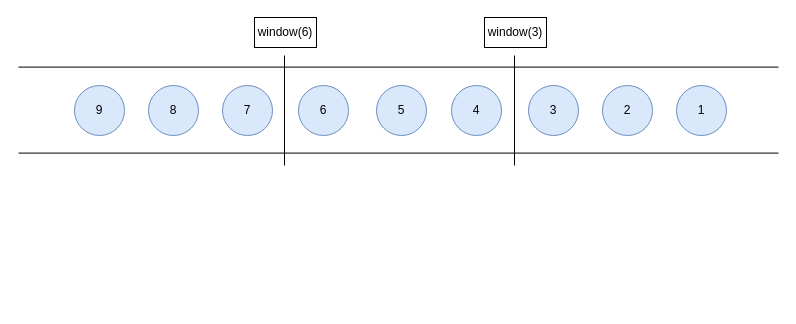
This is 未命名绘图.drawio from ddxygq/Image, a draw.io file, before an edit. Source tidied: cells renumbered, new cells numbered last; positions are measured from the earlier drawing's top-left corner, leaving out a move shared by most shapes. Both pictures are drawn from the tidied source at 100%, with x=0, y=0 at pixel (18, 17).
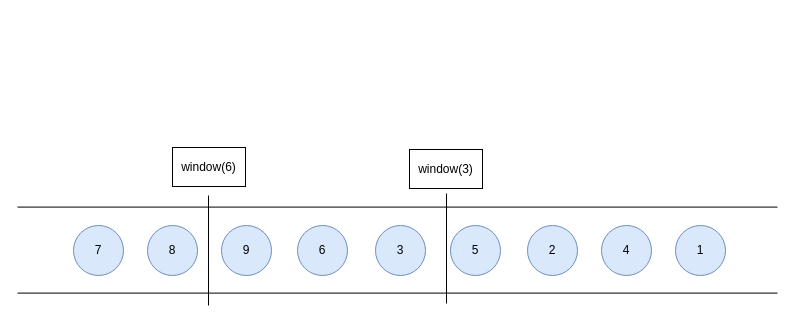
The same page after the edit.

Diff of the diagram source:
```diff
@@
 <mxGraphModel>
   <root>
     <mxCell id="0" />
     <mxCell id="1" parent="0" />
-    <mxCell id="2" style="shape=link;html=1;width=86;" parent="1" edge="1">
-      <mxGeometry relative="1" as="geometry">
-        <mxPoint y="92.6" as="sourcePoint" />
-        <mxPoint x="760" y="92.6" as="targetPoint" />
-      </mxGeometry>
-    </mxCell>
+    <mxCell id="12" style="endArrow=none;html=1;" parent="1" edge="1">
+      <mxGeometry relative="1" as="geometry">
+        <mxPoint x="190" y="288" as="sourcePoint" />
+        <mxPoint x="190" y="178" as="targetPoint" />
+      </mxGeometry>
+    </mxCell>
+    <mxCell id="16" style="shape=link;html=1;width=86;" parent="1" edge="1">
+      <mxGeometry relative="1" as="geometry">
+        <mxPoint x="-1" y="232.6" as="sourcePoint" />
+        <mxPoint x="759" y="232.6" as="targetPoint" />
+      </mxGeometry>
+    </mxCell>
+    <mxCell id="5" value="7" style="ellipse;whiteSpace=wrap;html=1;fillColor=#dae8fc;strokeColor=#6c8ebf;" parent="1" vertex="1">
+      <mxGeometry x="55" y="208" width="50" height="50" as="geometry" />
+    </mxCell>
+    <mxCell id="4" value="8" style="ellipse;whiteSpace=wrap;html=1;fillColor=#dae8fc;strokeColor=#6c8ebf;" parent="1" vertex="1">
+      <mxGeometry x="129" y="208" width="50" height="50" as="geometry" />
+    </mxCell>
     <mxCell id="3" value="9" style="ellipse;whiteSpace=wrap;html=1;fillColor=#dae8fc;strokeColor=#6c8ebf;" parent="1" vertex="1">
-      <mxGeometry x="56" y="68" width="50" height="50" as="geometry" />
+      <mxGeometry x="203" y="208" width="50" height="50" as="geometry" />
     </mxCell>
-    <mxCell id="4" value="8" style="ellipse;whiteSpace=wrap;html=1;fillColor=#dae8fc;strokeColor=#6c8ebf;" parent="1" vertex="1">
-      <mxGeometry x="130" y="68" width="50" height="50" as="geometry" />
-    </mxCell>
-    <mxCell id="5" value="7" style="ellipse;whiteSpace=wrap;html=1;fillColor=#dae8fc;strokeColor=#6c8ebf;" parent="1" vertex="1">
-      <mxGeometry x="204" y="68" width="50" height="50" as="geometry" />
-    </mxCell>
     <mxCell id="6" value="6" style="ellipse;whiteSpace=wrap;html=1;fillColor=#dae8fc;strokeColor=#6c8ebf;" parent="1" vertex="1">
-      <mxGeometry x="280" y="68" width="50" height="50" as="geometry" />
+      <mxGeometry x="279" y="208" width="50" height="50" as="geometry" />
     </mxCell>
+    <mxCell id="9" value="3" style="ellipse;whiteSpace=wrap;html=1;fillColor=#dae8fc;strokeColor=#6c8ebf;" parent="1" vertex="1">
+      <mxGeometry x="357" y="208" width="50" height="50" as="geometry" />
+    </mxCell>
     <mxCell id="7" value="5" style="ellipse;whiteSpace=wrap;html=1;fillColor=#dae8fc;strokeColor=#6c8ebf;" parent="1" vertex="1">
-      <mxGeometry x="358" y="68" width="50" height="50" as="geometry" />
+      <mxGeometry x="432" y="208" width="50" height="50" as="geometry" />
     </mxCell>
+    <mxCell id="10" value="2" style="ellipse;whiteSpace=wrap;html=1;fillColor=#dae8fc;strokeColor=#6c8ebf;" parent="1" vertex="1">
+      <mxGeometry x="509" y="208" width="50" height="50" as="geometry" />
+    </mxCell>
     <mxCell id="8" value="4" style="ellipse;whiteSpace=wrap;html=1;fillColor=#dae8fc;strokeColor=#6c8ebf;" parent="1" vertex="1">
-      <mxGeometry x="433" y="68" width="50" height="50" as="geometry" />
+      <mxGeometry x="583" y="208" width="50" height="50" as="geometry" />
     </mxCell>
-    <mxCell id="9" value="3" style="ellipse;whiteSpace=wrap;html=1;fillColor=#dae8fc;strokeColor=#6c8ebf;" parent="1" vertex="1">
-      <mxGeometry x="510" y="68" width="50" height="50" as="geometry" />
-    </mxCell>
-    <mxCell id="10" value="2" style="ellipse;whiteSpace=wrap;html=1;fillColor=#dae8fc;strokeColor=#6c8ebf;" parent="1" vertex="1">
-      <mxGeometry x="584" y="68" width="50" height="50" as="geometry" />
-    </mxCell>
     <mxCell id="11" value="1" style="ellipse;whiteSpace=wrap;html=1;fontSize=12;fillColor=#dae8fc;strokeColor=#6c8ebf;" parent="1" vertex="1">
-      <mxGeometry x="658" y="68" width="50" height="50" as="geometry" />
+      <mxGeometry x="657" y="208" width="50" height="50" as="geometry" />
     </mxCell>
-    <mxCell id="12" style="endArrow=none;html=1;" parent="1" edge="1">
-      <mxGeometry relative="1" as="geometry">
-        <mxPoint x="266" y="148" as="sourcePoint" />
-        <mxPoint x="266" y="38" as="targetPoint" />
-      </mxGeometry>
-    </mxCell>
-    <mxCell id="13" style="endArrow=none;html=1;" parent="1" edge="1">
-      <mxGeometry relative="1" as="geometry">
-        <mxPoint x="496" y="148" as="sourcePoint" />
-        <mxPoint x="496" y="38" as="targetPoint" />
-      </mxGeometry>
-    </mxCell>
+    <mxCell id="17" style="endArrow=none;html=1;" parent="1" edge="1">
+      <mxGeometry relative="1" as="geometry">
+        <mxPoint x="428" y="286" as="sourcePoint" />
+        <mxPoint x="428" y="176" as="targetPoint" />
+      </mxGeometry>
+    </mxCell>
+    <mxCell id="15" value="window(3)" style="rounded=0;whiteSpace=wrap;html=1;" parent="1" vertex="1">
+      <mxGeometry x="391" y="132" width="73" height="39" as="geometry" />
+    </mxCell>
     <mxCell id="14" value="window(6)" style="rounded=0;whiteSpace=wrap;html=1;" parent="1" vertex="1">
-      <mxGeometry x="236" width="62" height="30" as="geometry" />
+      <mxGeometry x="154" y="130" width="73" height="39" as="geometry" />
     </mxCell>
-    <mxCell id="15" value="window(3)" style="rounded=0;whiteSpace=wrap;html=1;" parent="1" vertex="1">
-      <mxGeometry x="466" width="62" height="30" as="geometry" />
-    </mxCell>
   </root>
 </mxGraphModel>
```
